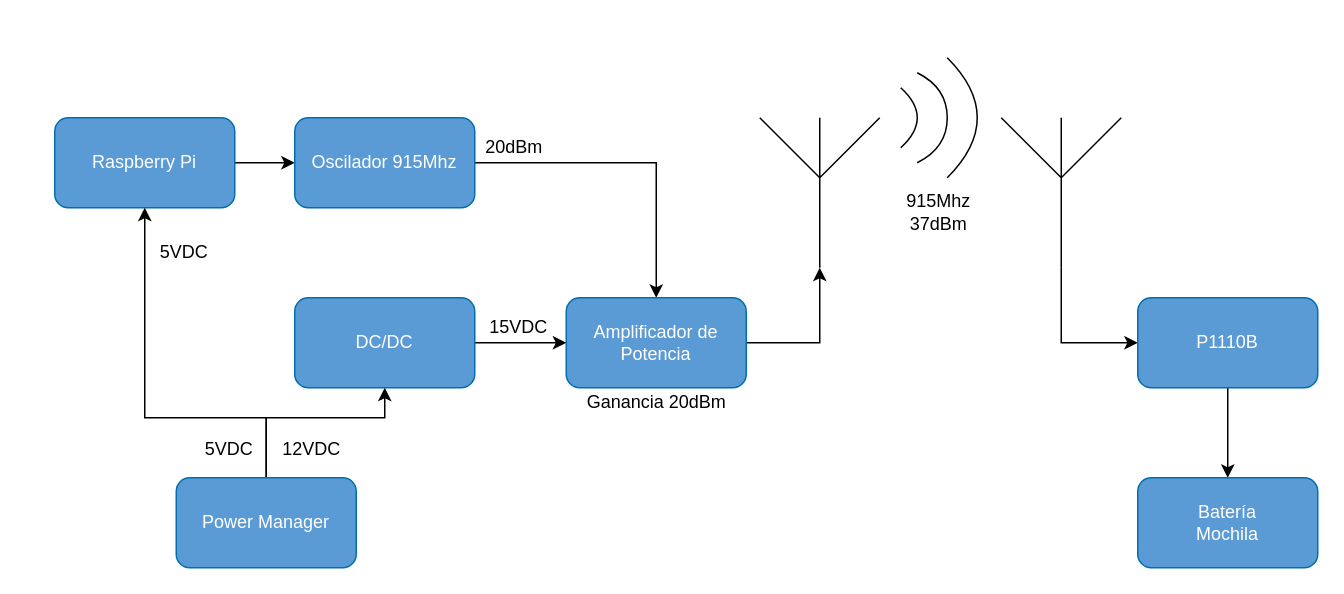
Before: Utils/Drawio/EsquemaHardwareAntenas.drawio in tlondero/Dise-o, a draw.io diagram. Source tidied: cells renumbered, new cells numbered last; positions are measured from the earlier drawing's top-left corner, leaving out a move shared by most shapes. Both pictures are drawn from the tidied source at 150%, with x=0, y=0 at pixel (54, 57).
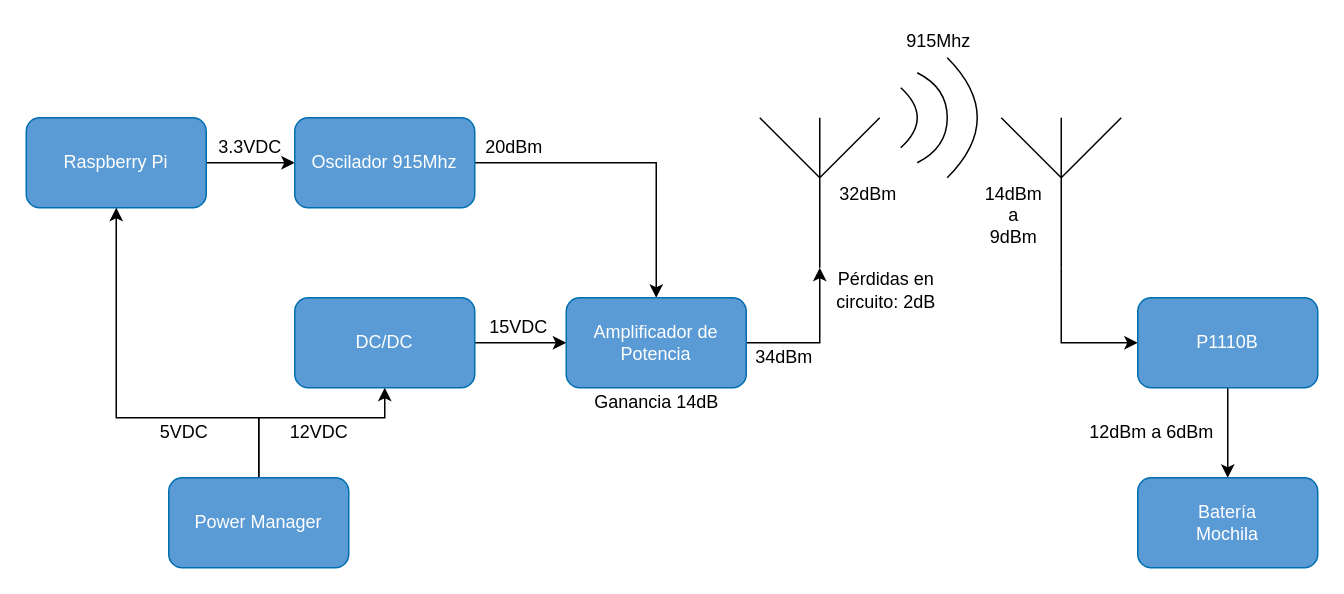
After the change.

The change refers to these unchanged cells:
```xml
<mxCell id="21" value="DC/DC" style="rounded=1;whiteSpace=wrap;html=1;strokeColor=#006EAF;fontColor=#ffffff;fillColor=#5B9BD5;" parent="1" vertex="1">
  <mxGeometry x="160" y="160" width="120" height="60" as="geometry" />
</mxCell>
```

The edit, as a diff of the source:
```diff
@@
     <mxCell id="3" value="Raspberry Pi" style="rounded=1;whiteSpace=wrap;html=1;strokeColor=#006EAF;fontColor=#ffffff;fillColor=#5B9BD5;" parent="1" vertex="1">
-      <mxGeometry y="40" width="120" height="60" as="geometry" />
+      <mxGeometry x="-19" y="40" width="120" height="60" as="geometry" />
     </mxCell>
@@
     <mxCell id="17" style="edgeStyle=orthogonalEdgeStyle;rounded=0;jettySize=auto;html=1;" parent="1" edge="1" source="19" target="21">
       <mxGeometry relative="1" as="geometry">
         <Array as="points">
-          <mxPoint x="141" y="240" />
+          <mxPoint x="136" y="240" />
           <mxPoint x="220" y="240" />
         </Array>
       </mxGeometry>
     </mxCell>
     <mxCell id="18" style="edgeStyle=orthogonalEdgeStyle;rounded=0;jettySize=auto;html=1;entryX=0.5;entryY=1;entryDx=0;entryDy=0;" parent="1" edge="1" source="19" target="3">
       <mxGeometry relative="1" as="geometry">
         <Array as="points">
-          <mxPoint x="141" y="240" />
-          <mxPoint x="60" y="240" />
+          <mxPoint x="136" y="240" />
+          <mxPoint x="41" y="240" />
         </Array>
       </mxGeometry>
     </mxCell>
     <mxCell id="19" value="Power Manager" style="rounded=1;whiteSpace=wrap;html=1;strokeColor=#006EAF;fontColor=#ffffff;fillColor=#5B9BD5;" parent="1" vertex="1">
-      <mxGeometry x="81" y="280" width="120" height="60" as="geometry" />
+      <mxGeometry x="76" y="280" width="120" height="60" as="geometry" />
     </mxCell>
@@
     <mxCell id="22" value="5VDC" style="text;html=1;align=center;verticalAlign=middle;strokeColor=none;fillColor=none;" parent="1" vertex="1">
-      <mxGeometry x="61" y="120" width="50" height="20" as="geometry" />
+      <mxGeometry x="61" y="240" width="50" height="20" as="geometry" />
     </mxCell>
@@
-    <mxCell id="24" value="915Mhz&lt;br&gt;37dBm" style="text;html=1;align=center;verticalAlign=middle;strokeColor=none;fillColor=none;" parent="1" vertex="1">
-      <mxGeometry x="559" y="88" width="60" height="30" as="geometry" />
+    <mxCell id="24" value="32dBm" style="text;html=1;align=center;verticalAlign=middle;strokeColor=none;fillColor=none;" parent="1" vertex="1">
+      <mxGeometry x="517" y="81" width="50" height="20" as="geometry" />
     </mxCell>
     <mxCell id="25" value="12VDC" style="text;html=1;align=center;verticalAlign=middle;strokeColor=none;fillColor=none;" parent="1" vertex="1">
-      <mxGeometry x="146" y="251" width="50" height="20" as="geometry" />
+      <mxGeometry x="151" y="240" width="50" height="20" as="geometry" />
     </mxCell>
@@
-    <mxCell id="27" value="Ganancia 20dBm" style="text;html=1;align=center;verticalAlign=middle;strokeColor=none;fillColor=none;" parent="1" vertex="1">
-      <mxGeometry x="346" y="220" width="110" height="20" as="geometry" />
+    <mxCell id="27" value="Ganancia 14dB" style="text;html=1;align=center;verticalAlign=middle;strokeColor=none;fillColor=none;" parent="1" vertex="1">
+      <mxGeometry x="351" y="220" width="100" height="20" as="geometry" />
     </mxCell>
-    <mxCell id="28" value="5VDC" style="text;html=1;align=center;verticalAlign=middle;strokeColor=none;fillColor=none;" parent="1" vertex="1">
-      <mxGeometry x="91" y="251" width="50" height="20" as="geometry" />
-    </mxCell>
+    <mxCell id="29" value="Pérdidas en &lt;br&gt;circuito: 2dB" style="text;html=1;align=center;verticalAlign=middle;strokeColor=none;fillColor=none;" parent="1" vertex="1">
+      <mxGeometry x="514" y="140" width="80" height="30" as="geometry" />
+    </mxCell>
+    <mxCell id="30" value="915Mhz" style="text;html=1;align=center;verticalAlign=middle;strokeColor=none;fillColor=none;" parent="1" vertex="1">
+      <mxGeometry x="559" y="-21" width="60" height="20" as="geometry" />
+    </mxCell>
+    <mxCell id="31" value="14dBm&lt;br&gt;a&lt;br&gt;9dBm" style="text;html=1;align=center;verticalAlign=middle;strokeColor=none;fillColor=none;" parent="1" vertex="1">
+      <mxGeometry x="614" y="80" width="50" height="50" as="geometry" />
+    </mxCell>
+    <mxCell id="32" value="34dBm" style="text;html=1;align=center;verticalAlign=middle;strokeColor=none;fillColor=none;" parent="1" vertex="1">
+      <mxGeometry x="461" y="190" width="50" height="20" as="geometry" />
+    </mxCell>
+    <mxCell id="33" value="12dBm a 6dBm" style="text;html=1;align=center;verticalAlign=middle;strokeColor=none;fillColor=none;" parent="1" vertex="1">
+      <mxGeometry x="681" y="240" width="100" height="20" as="geometry" />
+    </mxCell>
+    <mxCell id="34" value="3.3VDC" style="text;html=1;align=center;verticalAlign=middle;strokeColor=none;fillColor=none;" parent="1" vertex="1">
+      <mxGeometry x="100" y="50" width="60" height="20" as="geometry" />
+    </mxCell>
```
